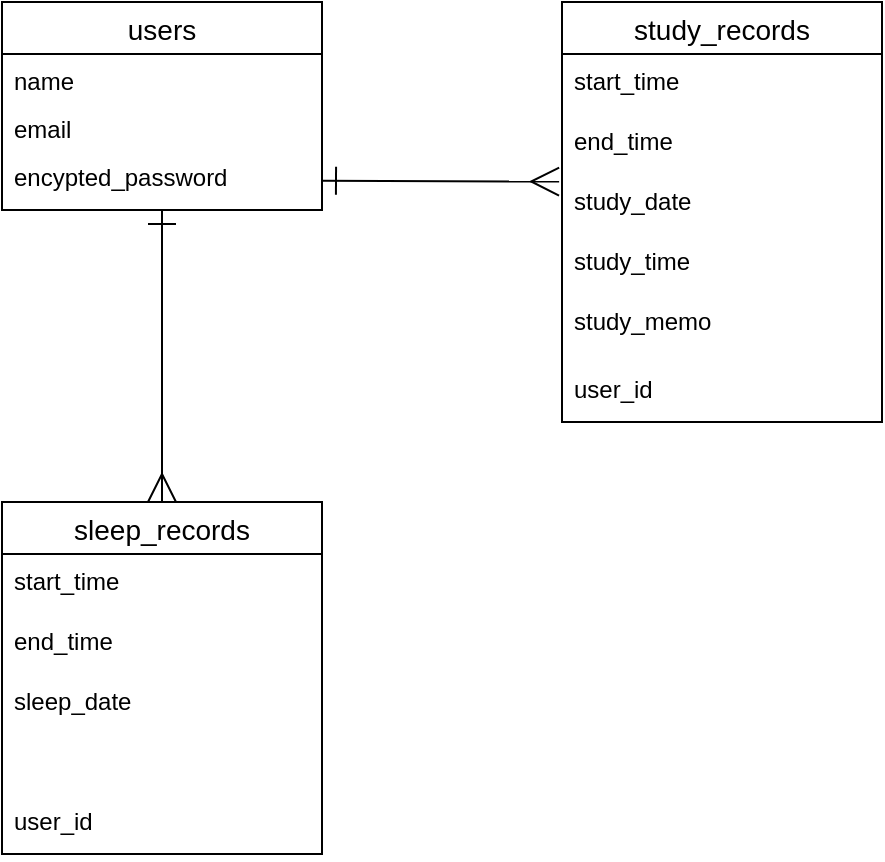
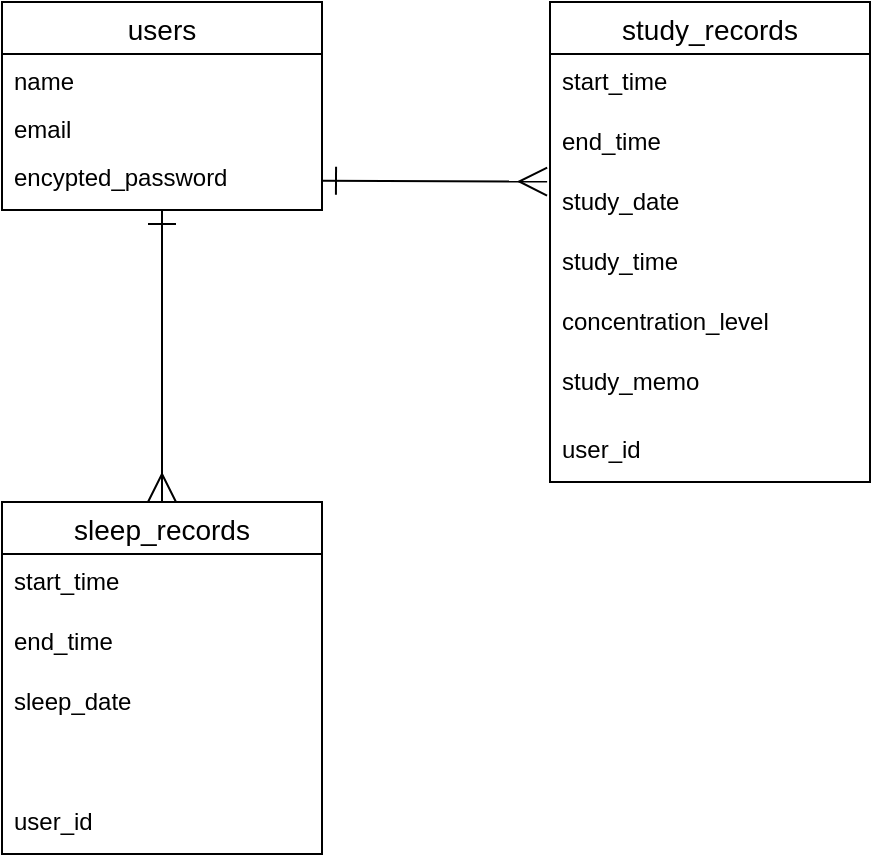
<mxfile host="65bd71144e">
    <diagram id="K6NzuHPIpsT5dyfs_AJl" name="ページ1">
-         <mxGraphModel dx="596" dy="519" grid="1" gridSize="10" guides="1" tooltips="1" connect="1" arrows="1" fold="1" page="1" pageScale="1" pageWidth="827" pageHeight="1169" math="0" shadow="0">
+         <mxGraphModel dx="596" dy="519" grid="1" gridSize="10" guides="1" tooltips="1" connect="1" arrows="1" fold="1" page="1" pageScale="1" pageWidth="827" pageHeight="1169" background="#FFFFFF" math="0" shadow="0">
            <root>
                <mxCell id="0"/>
                <mxCell id="1" parent="0"/>
                <mxCell id="20" style="edgeStyle=none;html=1;entryX=0.5;entryY=0;entryDx=0;entryDy=0;startArrow=ERone;startFill=0;endArrow=ERmany;endFill=0;endSize=12;startSize=12;" parent="1" source="2" target="15" edge="1">
                    <mxGeometry relative="1" as="geometry"/>
                </mxCell>
                <mxCell id="2" value="users" style="swimlane;fontStyle=0;childLayout=stackLayout;horizontal=1;startSize=26;horizontalStack=0;resizeParent=1;resizeParentMax=0;resizeLast=0;collapsible=1;marginBottom=0;align=center;fontSize=14;" parent="1" vertex="1">
                    <mxGeometry x="60" y="50" width="160" height="104" as="geometry"/>
                </mxCell>
                <mxCell id="3" value="name" style="text;strokeColor=none;fillColor=none;spacingLeft=4;spacingRight=4;overflow=hidden;rotatable=0;points=[[0,0.5],[1,0.5]];portConstraint=eastwest;fontSize=12;whiteSpace=wrap;html=1;" parent="2" vertex="1">
                    <mxGeometry y="26" width="160" height="24" as="geometry"/>
                </mxCell>
                <mxCell id="4" value="email" style="text;strokeColor=none;fillColor=none;spacingLeft=4;spacingRight=4;overflow=hidden;rotatable=0;points=[[0,0.5],[1,0.5]];portConstraint=eastwest;fontSize=12;whiteSpace=wrap;html=1;" parent="2" vertex="1">
                    <mxGeometry y="50" width="160" height="24" as="geometry"/>
                </mxCell>
                <mxCell id="7" value="encypted_password" style="text;strokeColor=none;fillColor=none;spacingLeft=4;spacingRight=4;overflow=hidden;rotatable=0;points=[[0,0.5],[1,0.5]];portConstraint=eastwest;fontSize=12;whiteSpace=wrap;html=1;" parent="2" vertex="1">
                    <mxGeometry y="74" width="160" height="30" as="geometry"/>
                </mxCell>
                <mxCell id="8" value="study_records" style="swimlane;fontStyle=0;childLayout=stackLayout;horizontal=1;startSize=26;horizontalStack=0;resizeParent=1;resizeParentMax=0;resizeLast=0;collapsible=1;marginBottom=0;align=center;fontSize=14;" parent="1" vertex="1">
-                     <mxGeometry x="340" y="50" width="160" height="210" as="geometry"/>
+                     <mxGeometry x="334" y="50" width="160" height="240" as="geometry"/>
                </mxCell>
                <mxCell id="9" value="start_time" style="text;strokeColor=none;fillColor=none;spacingLeft=4;spacingRight=4;overflow=hidden;rotatable=0;points=[[0,0.5],[1,0.5]];portConstraint=eastwest;fontSize=12;whiteSpace=wrap;html=1;" parent="8" vertex="1">
                    <mxGeometry y="26" width="160" height="30" as="geometry"/>
                </mxCell>
                <mxCell id="10" value="end_time" style="text;strokeColor=none;fillColor=none;spacingLeft=4;spacingRight=4;overflow=hidden;rotatable=0;points=[[0,0.5],[1,0.5]];portConstraint=eastwest;fontSize=12;whiteSpace=wrap;html=1;" parent="8" vertex="1">
                    <mxGeometry y="56" width="160" height="30" as="geometry"/>
                </mxCell>
                <mxCell id="11" value="study_date" style="text;strokeColor=none;fillColor=none;spacingLeft=4;spacingRight=4;overflow=hidden;rotatable=0;points=[[0,0.5],[1,0.5]];portConstraint=eastwest;fontSize=12;whiteSpace=wrap;html=1;" parent="8" vertex="1">
                    <mxGeometry y="86" width="160" height="30" as="geometry"/>
                </mxCell>
-                 <mxCell id="22" value="study_time" style="text;strokeColor=none;fillColor=none;spacingLeft=4;spacingRight=4;overflow=hidden;rotatable=0;points=[[0,0.5],[1,0.5]];portConstraint=eastwest;fontSize=12;whiteSpace=wrap;html=1;" vertex="1" parent="8">
+                 <mxCell id="22" value="study_time" style="text;strokeColor=none;fillColor=none;spacingLeft=4;spacingRight=4;overflow=hidden;rotatable=0;points=[[0,0.5],[1,0.5]];portConstraint=eastwest;fontSize=12;whiteSpace=wrap;html=1;" parent="8" vertex="1">
                    <mxGeometry y="116" width="160" height="30" as="geometry"/>
                </mxCell>
+                 <mxCell id="25" value="concentration_level" style="text;strokeColor=none;fillColor=none;spacingLeft=4;spacingRight=4;overflow=hidden;rotatable=0;points=[[0,0.5],[1,0.5]];portConstraint=eastwest;fontSize=12;whiteSpace=wrap;html=1;" vertex="1" parent="8">
+                     <mxGeometry y="146" width="160" height="30" as="geometry"/>
+                 </mxCell>
                <mxCell id="12" value="study_memo" style="text;strokeColor=none;fillColor=none;spacingLeft=4;spacingRight=4;overflow=hidden;rotatable=0;points=[[0,0.5],[1,0.5]];portConstraint=eastwest;fontSize=12;whiteSpace=wrap;html=1;" parent="8" vertex="1">
-                     <mxGeometry y="146" width="160" height="34" as="geometry"/>
+                     <mxGeometry y="176" width="160" height="34" as="geometry"/>
                </mxCell>
                <mxCell id="13" value="user_id" style="text;strokeColor=none;fillColor=none;spacingLeft=4;spacingRight=4;overflow=hidden;rotatable=0;points=[[0,0.5],[1,0.5]];portConstraint=eastwest;fontSize=12;whiteSpace=wrap;html=1;" parent="8" vertex="1">
-                     <mxGeometry y="180" width="160" height="30" as="geometry"/>
+                     <mxGeometry y="210" width="160" height="30" as="geometry"/>
                </mxCell>
                <mxCell id="14" style="edgeStyle=none;html=1;entryX=-0.009;entryY=0.127;entryDx=0;entryDy=0;entryPerimeter=0;startArrow=ERone;startFill=0;endArrow=ERmany;endFill=0;endSize=12;startSize=12;" parent="1" source="7" target="11" edge="1">
                    <mxGeometry relative="1" as="geometry"/>
                </mxCell>
                <mxCell id="15" value="sleep_records" style="swimlane;fontStyle=0;childLayout=stackLayout;horizontal=1;startSize=26;horizontalStack=0;resizeParent=1;resizeParentMax=0;resizeLast=0;collapsible=1;marginBottom=0;align=center;fontSize=14;" parent="1" vertex="1">
                    <mxGeometry x="60" y="300" width="160" height="176" as="geometry"/>
                </mxCell>
                <mxCell id="16" value="start_time" style="text;strokeColor=none;fillColor=none;spacingLeft=4;spacingRight=4;overflow=hidden;rotatable=0;points=[[0,0.5],[1,0.5]];portConstraint=eastwest;fontSize=12;whiteSpace=wrap;html=1;" parent="15" vertex="1">
                    <mxGeometry y="26" width="160" height="30" as="geometry"/>
                </mxCell>
                <mxCell id="17" value="end_time" style="text;strokeColor=none;fillColor=none;spacingLeft=4;spacingRight=4;overflow=hidden;rotatable=0;points=[[0,0.5],[1,0.5]];portConstraint=eastwest;fontSize=12;whiteSpace=wrap;html=1;" parent="15" vertex="1">
                    <mxGeometry y="56" width="160" height="30" as="geometry"/>
                </mxCell>
                <mxCell id="18" value="sleep_date" style="text;strokeColor=none;fillColor=none;spacingLeft=4;spacingRight=4;overflow=hidden;rotatable=0;points=[[0,0.5],[1,0.5]];portConstraint=eastwest;fontSize=12;whiteSpace=wrap;html=1;" parent="15" vertex="1">
                    <mxGeometry y="86" width="160" height="30" as="geometry"/>
                </mxCell>
-                 <mxCell id="23" style="text;strokeColor=none;fillColor=none;spacingLeft=4;spacingRight=4;overflow=hidden;rotatable=0;points=[[0,0.5],[1,0.5]];portConstraint=eastwest;fontSize=12;whiteSpace=wrap;html=1;" vertex="1" parent="15">
+                 <mxCell id="23" style="text;strokeColor=none;fillColor=none;spacingLeft=4;spacingRight=4;overflow=hidden;rotatable=0;points=[[0,0.5],[1,0.5]];portConstraint=eastwest;fontSize=12;whiteSpace=wrap;html=1;" parent="15" vertex="1">
                    <mxGeometry y="116" width="160" height="30" as="geometry"/>
                </mxCell>
                <mxCell id="19" value="user_id" style="text;strokeColor=none;fillColor=none;spacingLeft=4;spacingRight=4;overflow=hidden;rotatable=0;points=[[0,0.5],[1,0.5]];portConstraint=eastwest;fontSize=12;whiteSpace=wrap;html=1;" parent="15" vertex="1">
                    <mxGeometry y="146" width="160" height="30" as="geometry"/>
                </mxCell>
            </root>
        </mxGraphModel>
    </diagram>
</mxfile>
